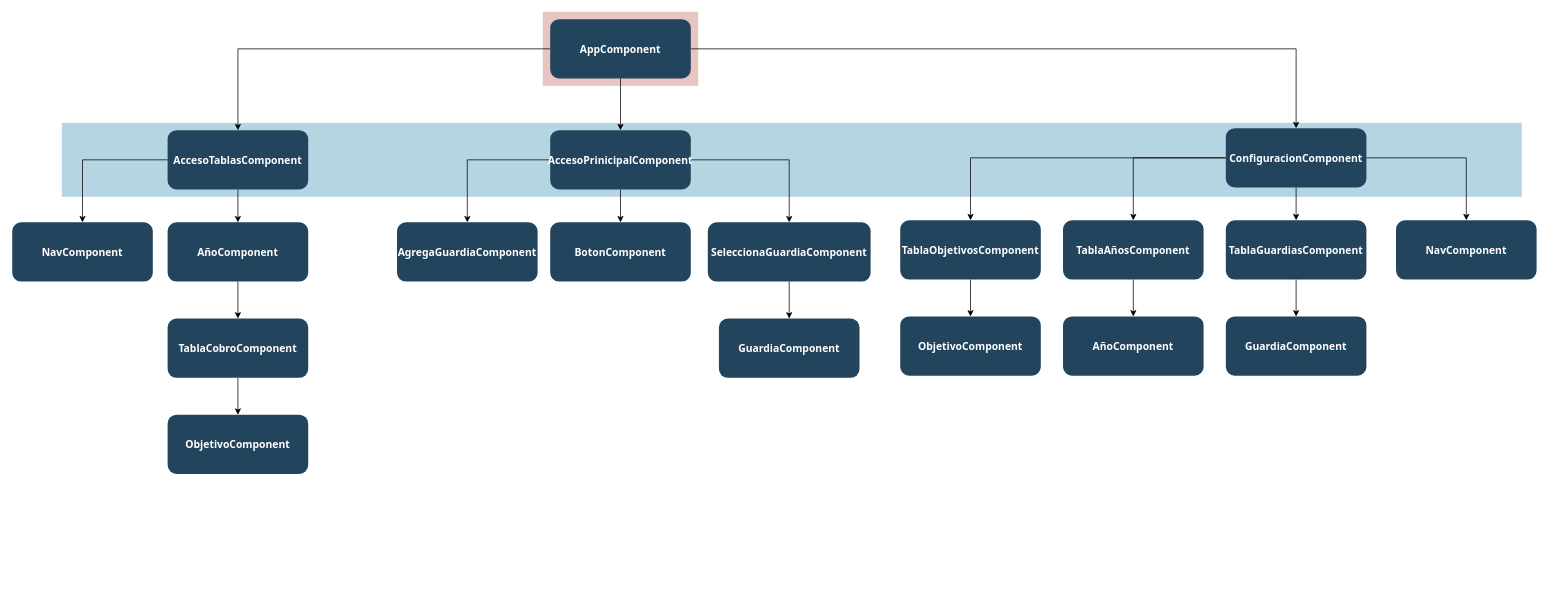
This is Diagrama de componentes Angular.drawio from diegorus92/CalculadoraSueldoGuardias, a draw.io file, before an edit. Source tidied: cells renumbered, new cells numbered last; positions are measured from the earlier drawing's top-left corner, leaving out a move shared by most shapes. Both pictures are drawn from the tidied source at 74%, with x=0, y=0 at pixel (12, 12).
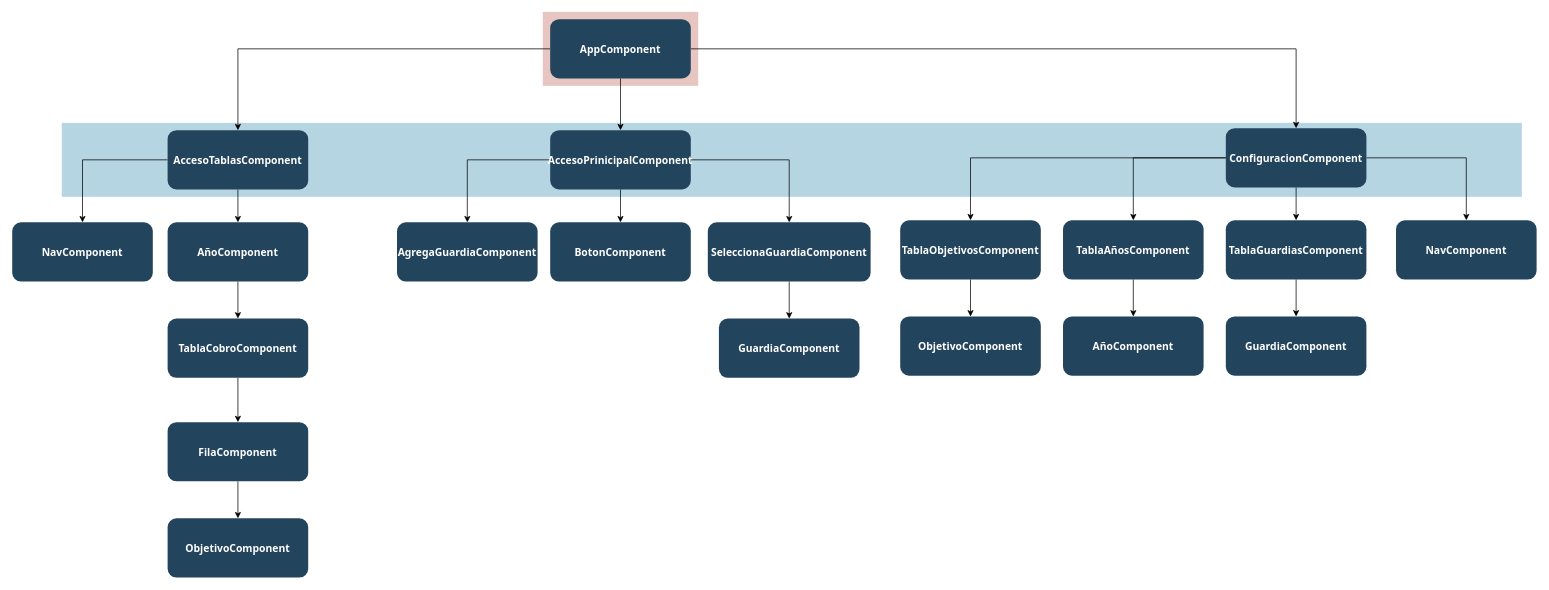
After the change.

Unchanged cells that the change refers to:
```xml
<mxCell id="23" value="TablaCobroComponent" style="rounded=1;fillColor=#23445D;gradientColor=none;strokeColor=none;fontColor=#FFFFFF;fontStyle=1;fontFamily=Tahoma;fontSize=14;" parent="1" vertex="1">
  <mxGeometry x="210" y="414" width="190" height="80" as="geometry" />
</mxCell>
```

Change to the diagram source:
```diff
@@
-    <mxCell id="22" style="edgeStyle=orthogonalEdgeStyle;rounded=0;jettySize=auto;html=1;exitX=0.5;exitY=1;exitDx=0;exitDy=0;entryX=0.5;entryY=0;entryDx=0;entryDy=0;" parent="1" edge="1" source="23" target="40">
-      <mxGeometry relative="1" as="geometry" />
-    </mxCell>
+    <mxCell id="41" style="edgeStyle=orthogonalEdgeStyle;rounded=0;jettySize=auto;html=1;exitX=0.5;exitY=1;exitDx=0;exitDy=0;entryX=0.5;entryY=0;entryDx=0;entryDy=0;" parent="1" edge="1" source="23" target="43">
+      <mxGeometry relative="1" as="geometry" />
+    </mxCell>
@@
     <mxCell id="40" value="ObjetivoComponent" style="rounded=1;fillColor=#23445D;gradientColor=none;strokeColor=none;fontColor=#FFFFFF;fontStyle=1;fontFamily=Tahoma;fontSize=14;" parent="1" vertex="1">
-      <mxGeometry x="210" y="544" width="190" height="80" as="geometry" />
+      <mxGeometry x="210" y="684" width="190" height="80" as="geometry" />
     </mxCell>
+    <mxCell id="42" style="edgeStyle=orthogonalEdgeStyle;rounded=0;jettySize=auto;html=1;exitX=0.5;exitY=1;exitDx=0;exitDy=0;entryX=0.5;entryY=0;entryDx=0;entryDy=0;" parent="1" edge="1" source="43" target="40">
+      <mxGeometry relative="1" as="geometry" />
+    </mxCell>
+    <mxCell id="43" value="FilaComponent" style="rounded=1;fillColor=#23445D;gradientColor=none;strokeColor=none;fontColor=#FFFFFF;fontStyle=1;fontFamily=Tahoma;fontSize=14;" parent="1" vertex="1">
+      <mxGeometry x="210" y="554" width="190" height="80" as="geometry" />
+    </mxCell>
```
